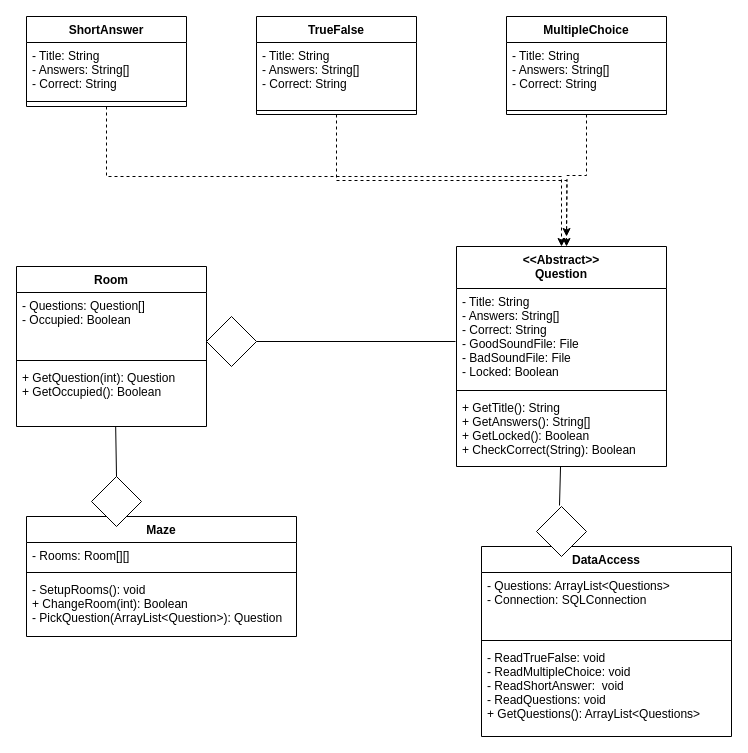
Before: UMLWeek1.drawio in StevenZuelke/SoftDev350, a draw.io diagram. Source tidied: cells renumbered, new cells numbered last; positions are measured from the earlier drawing's top-left corner, leaving out a move shared by most shapes. Both pictures are drawn from the tidied source at 100%, with x=0, y=0 at pixel (16, 16).
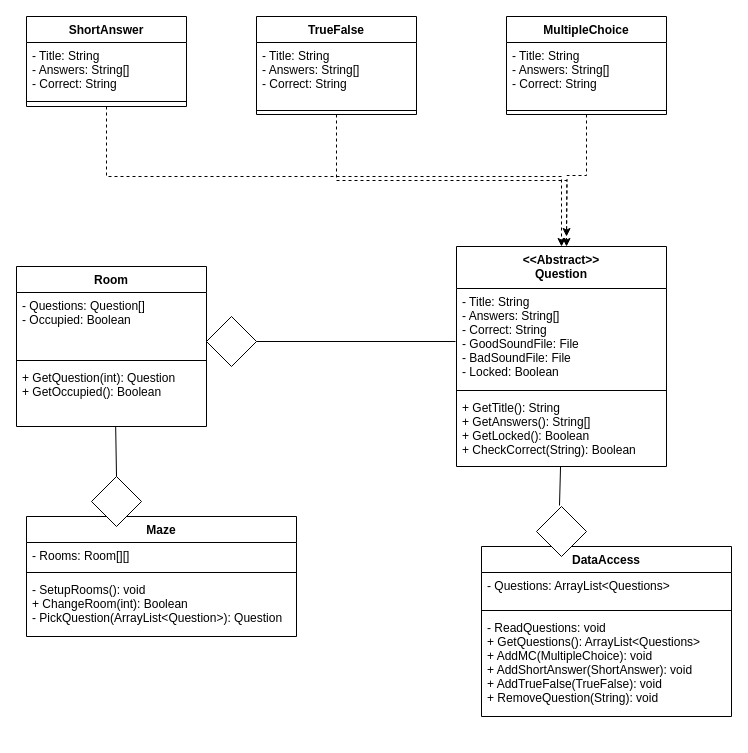
After the change.

What changed in the source:
```diff
@@
     <mxCell id="30" value="DataAccess" style="swimlane;fontStyle=1;align=center;verticalAlign=top;horizontal=1;startSize=26;" parent="1" vertex="1">
-      <mxGeometry x="465" y="530" width="250" height="190" as="geometry" />
+      <mxGeometry x="465" y="530" width="250" height="170" as="geometry" />
     </mxCell>
-    <mxCell id="31" value="- Questions: ArrayList&lt;Questions&gt;&#10;- Connection: SQLConnection&#10;" style="text;strokeColor=none;fillColor=none;align=left;verticalAlign=top;spacingLeft=4;spacingRight=4;overflow=hidden;" parent="30" vertex="1">
-      <mxGeometry y="26" width="250" height="64" as="geometry" />
+    <mxCell id="31" value="- Questions: ArrayList&lt;Questions&gt;&#10;" style="text;strokeColor=none;fillColor=none;align=left;verticalAlign=top;spacingLeft=4;spacingRight=4;overflow=hidden;" parent="30" vertex="1">
+      <mxGeometry y="26" width="250" height="34" as="geometry" />
     </mxCell>
     <mxCell id="32" style="line;strokeWidth=1;fillColor=none;align=left;verticalAlign=middle;spacingTop=-1;spacingLeft=3;spacingRight=3;labelPosition=right;" parent="30" vertex="1">
-      <mxGeometry y="90" width="250" height="8" as="geometry" />
+      <mxGeometry y="60" width="250" height="8" as="geometry" />
     </mxCell>
-    <mxCell id="33" value="- ReadTrueFalse: void&#10;- ReadMultipleChoice: void&#10;- ReadShortAnswer:  void&#10;- ReadQuestions: void&#10;+ GetQuestions(): ArrayList&lt;Questions&gt;" style="text;strokeColor=none;fillColor=none;align=left;verticalAlign=top;spacingLeft=4;spacingRight=4;overflow=hidden;" parent="30" vertex="1">
-      <mxGeometry y="98" width="250" height="92" as="geometry" />
+    <mxCell id="33" value="- ReadQuestions: void&#10;+ GetQuestions(): ArrayList&lt;Questions&gt;&#10;+ AddMC(MultipleChoice): void&#10;+ AddShortAnswer(ShortAnswer): void&#10;+ AddTrueFalse(TrueFalse): void&#10;+ RemoveQuestion(String): void" style="text;strokeColor=none;fillColor=none;align=left;verticalAlign=top;spacingLeft=4;spacingRight=4;overflow=hidden;" parent="30" vertex="1">
+      <mxGeometry y="68" width="250" height="102" as="geometry" />
     </mxCell>
```
